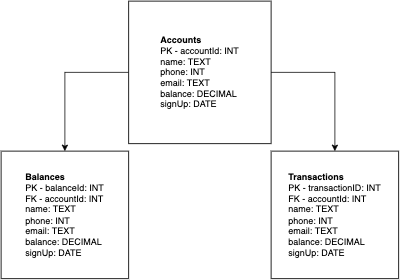
The draw.io diagram Entity-diagram.png in ReeceKidd/bank-accounts-application, before a commit. Source tidied: cells renumbered, new cells last; positions are measured from the earlier drawing's top-left corner, leaving out a move shared by most shapes.
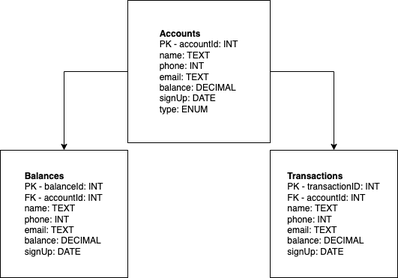
The same diagram one commit later.

What changed in the source:
```diff
@@ -8,7 +8,7 @@
     <mxCell id="3" style="edgeStyle=orthogonalEdgeStyle;rounded=0;jettySize=auto;html=1;exitX=0;exitY=0.5;exitDx=0;exitDy=0;entryX=0.5;entryY=0;entryDx=0;entryDy=0;" parent="1" edge="1" source="4" target="5">
       <mxGeometry relative="1" as="geometry" />
     </mxCell>
-    <mxCell id="4" value="&lt;div style=&quot;text-align: left&quot;&gt;&lt;span&gt;&lt;b&gt;Accounts&lt;/b&gt;&lt;/span&gt;&lt;/div&gt;&lt;div style=&quot;text-align: left&quot;&gt;&lt;span&gt;PK - accountId: INT&lt;/span&gt;&lt;/div&gt;&lt;div style=&quot;text-align: left&quot;&gt;&lt;span&gt;name: TEXT&lt;/span&gt;&lt;/div&gt;&lt;div style=&quot;text-align: left&quot;&gt;&lt;span&gt;phone: INT&lt;/span&gt;&lt;/div&gt;&lt;div style=&quot;text-align: left&quot;&gt;&lt;span&gt;email: TEXT&lt;/span&gt;&lt;/div&gt;&lt;div style=&quot;text-align: left&quot;&gt;&lt;span&gt;balance: DECIMAL&lt;/span&gt;&lt;/div&gt;&lt;div style=&quot;text-align: left&quot;&gt;&lt;span&gt;signUp: DATE&lt;/span&gt;&lt;/div&gt;" style="whiteSpace=wrap;html=1;align=center;" parent="1" vertex="1">
+    <mxCell id="4" value="&lt;div style=&quot;text-align: left&quot;&gt;&lt;span&gt;&lt;b&gt;Accounts&lt;/b&gt;&lt;/span&gt;&lt;/div&gt;&lt;div style=&quot;text-align: left&quot;&gt;&lt;span&gt;PK - accountId: INT&lt;/span&gt;&lt;/div&gt;&lt;div style=&quot;text-align: left&quot;&gt;&lt;span&gt;name: TEXT&lt;/span&gt;&lt;/div&gt;&lt;div style=&quot;text-align: left&quot;&gt;&lt;span&gt;phone: INT&lt;/span&gt;&lt;/div&gt;&lt;div style=&quot;text-align: left&quot;&gt;&lt;span&gt;email: TEXT&lt;/span&gt;&lt;/div&gt;&lt;div style=&quot;text-align: left&quot;&gt;&lt;span&gt;balance: DECIMAL&lt;/span&gt;&lt;/div&gt;&lt;div style=&quot;text-align: left&quot;&gt;&lt;span&gt;signUp: DATE&lt;/span&gt;&lt;/div&gt;&lt;div style=&quot;text-align: left&quot;&gt;&lt;span&gt;type: ENUM&lt;/span&gt;&lt;/div&gt;" style="whiteSpace=wrap;html=1;align=center;" parent="1" vertex="1">
       <mxGeometry x="170" width="190" height="190" as="geometry" />
     </mxCell>
     <mxCell id="5" value="&lt;div style=&quot;text-align: left&quot;&gt;&lt;b&gt;Balances&lt;/b&gt;&lt;/div&gt;&lt;div style=&quot;text-align: left&quot;&gt;&lt;span&gt;PK - balanceId: INT&lt;/span&gt;&lt;/div&gt;&lt;div style=&quot;text-align: left&quot;&gt;&lt;span&gt;FK - accountId: INT&lt;/span&gt;&lt;/div&gt;&lt;div style=&quot;text-align: left&quot;&gt;&lt;span&gt;name: TEXT&lt;/span&gt;&lt;/div&gt;&lt;div style=&quot;text-align: left&quot;&gt;&lt;span&gt;phone: INT&lt;/span&gt;&lt;/div&gt;&lt;div style=&quot;text-align: left&quot;&gt;&lt;span&gt;email: TEXT&lt;/span&gt;&lt;/div&gt;&lt;div style=&quot;text-align: left&quot;&gt;&lt;span&gt;balance: DECIMAL&lt;/span&gt;&lt;/div&gt;&lt;div style=&quot;text-align: left&quot;&gt;&lt;span&gt;signUp: DATE&lt;/span&gt;&lt;/div&gt;" style="whiteSpace=wrap;html=1;align=center;" parent="1" vertex="1">
```
